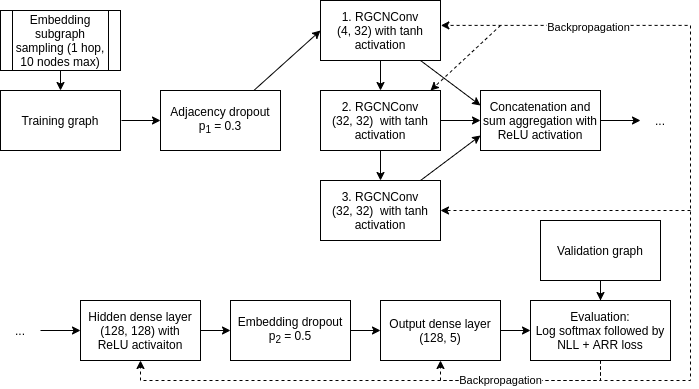
This is 03_igmc/igmc-architecture.png from tobiasweede/rs-via-gnn, a draw.io export, as it was before one commit. Source tidied: cells renumbered, new cells last; positions are measured from the earlier drawing's top-left corner, leaving out a move shared by most shapes.
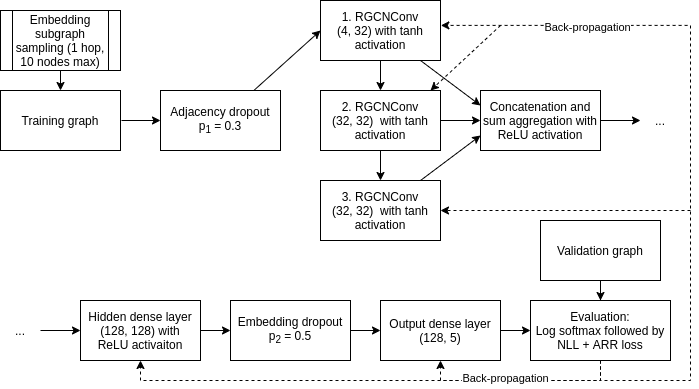
The same file after the commit.

The edit, as a diff of the source:
```diff
@@ -111,7 +111,7 @@
         </Array>
       </mxGeometry>
     </mxCell>
-    <mxCell id="31" value="Backpropagation" style="edgeLabel;html=1;align=center;verticalAlign=middle;" parent="30" vertex="1">
+    <mxCell id="31" value="Back-propagation" style="edgeLabel;html=1;align=center;verticalAlign=middle;" parent="30" vertex="1">
       <mxGeometry x="0.49" y="2" relative="1" as="geometry">
         <mxPoint x="-37" as="offset" />
       </mxGeometry>
@@ -130,8 +130,10 @@
         <mxPoint x="430" y="90" as="targetPoint" />
       </mxGeometry>
     </mxCell>
-    <mxCell id="34" value="Backpropagation" style="edgeLabel;html=1;align=center;verticalAlign=middle;" parent="1" vertex="1">
-      <mxGeometry x="500" y="380" as="geometry" />
+    <mxCell id="34" value="Back-propagation" style="edgeLabel;html=1;align=center;verticalAlign=middle;" parent="1" vertex="1">
+      <mxGeometry x="500" y="380" as="geometry">
+        <mxPoint x="5" y="-2" as="offset" />
+      </mxGeometry>
     </mxCell>
     <mxCell id="35" value="Hidden dense layer&lt;br&gt;(128, 128) with&lt;br&gt;ReLU activaiton" style="rounded=0;whiteSpace=wrap;html=1;" parent="1" vertex="1">
       <mxGeometry x="80" y="300" width="120" height="60" as="geometry" />
```
